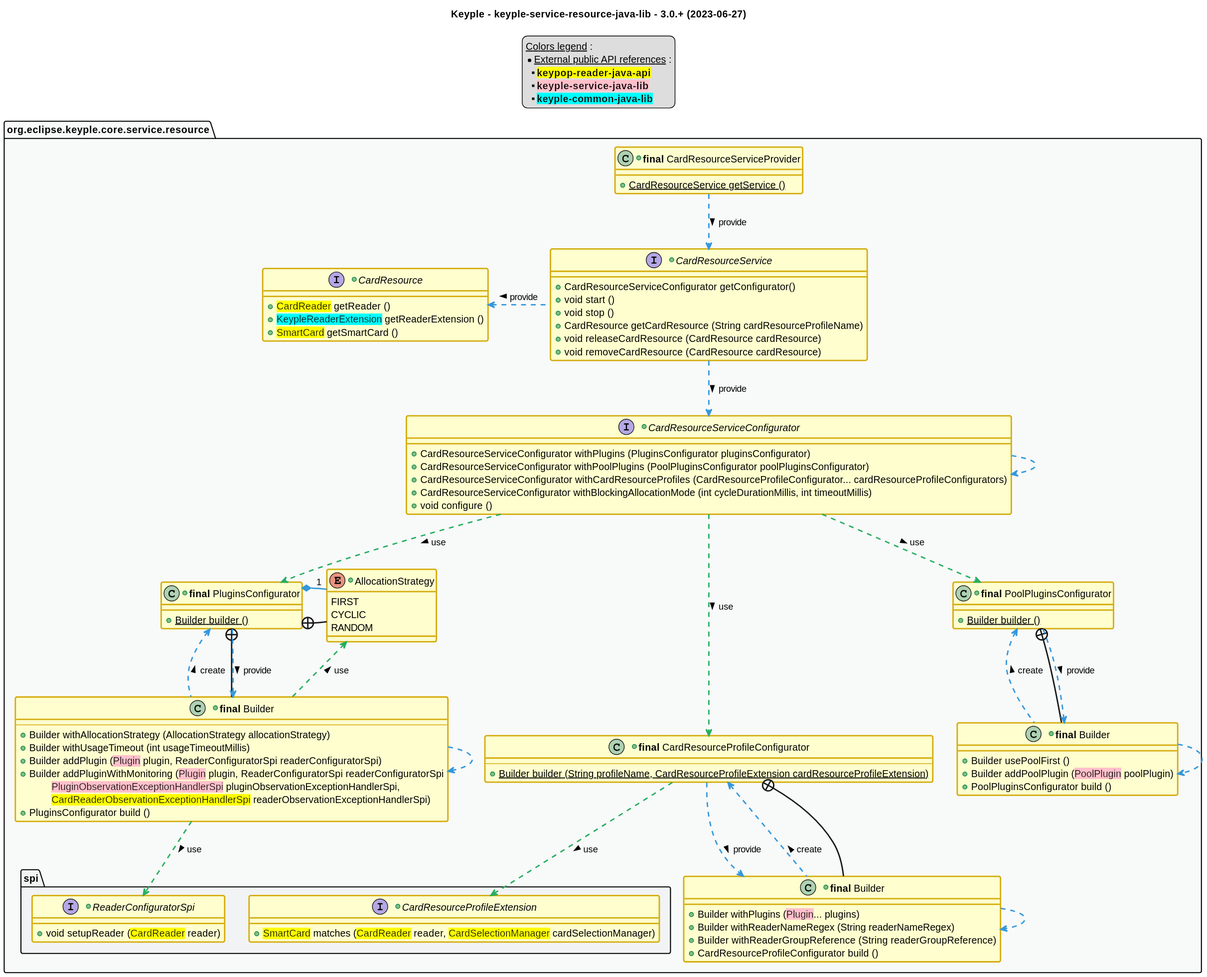
Above: src/main/uml/api_class_diagram.svg in eclipse-keyple/keyple-service-resource-java-lib (PlantUML), before the change.
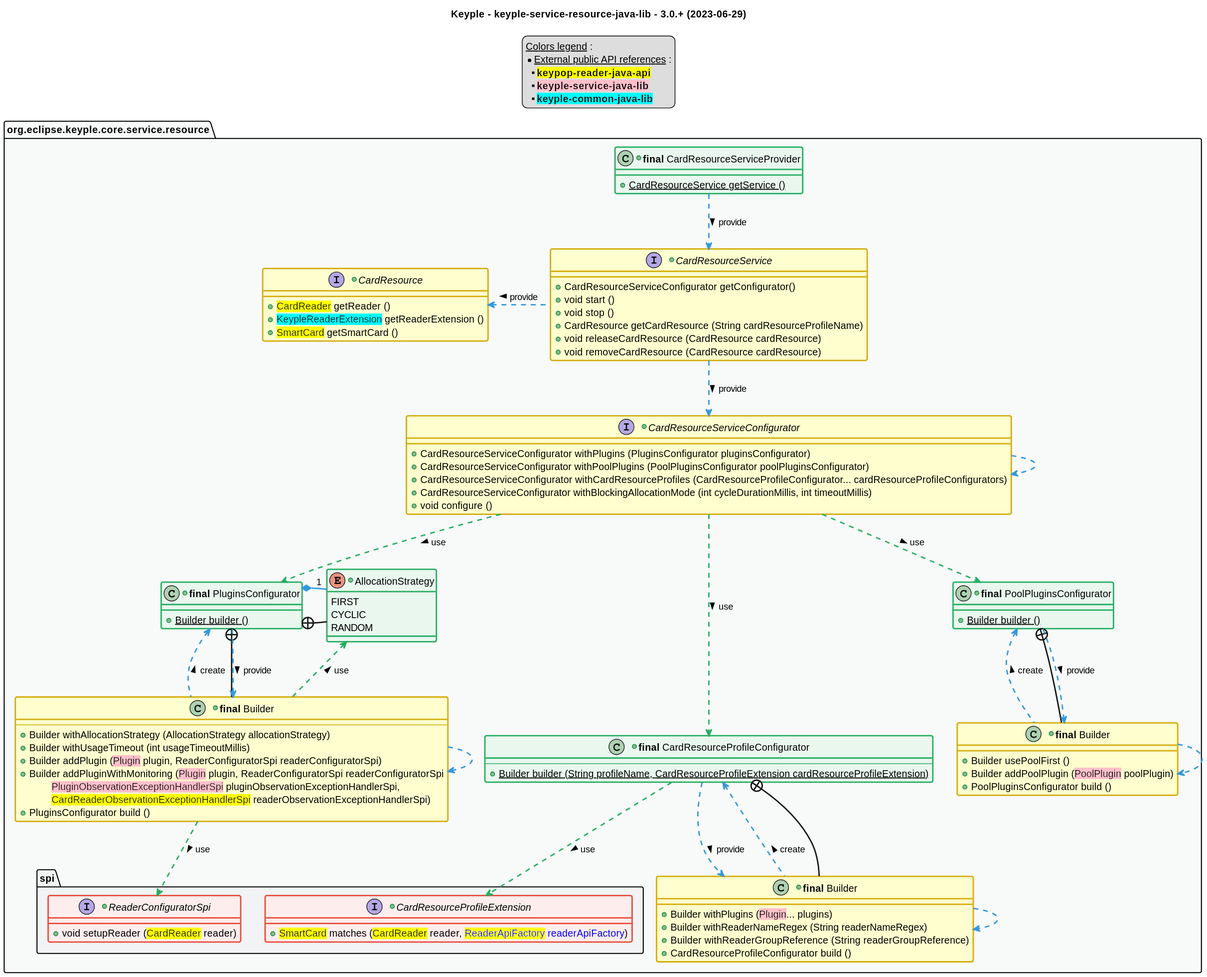
The same file after the commit.

Change to the diagram source:
```diff
@@ -1,6 +1,6 @@
 @startuml
 title
-    Keyple - keyple-service-resource-java-lib - 3.0.+ (2023-06-27)
+    Keyple - keyple-service-resource-java-lib - 3.0.+ (2023-06-29)
 end title
 
 
@@ -50,7 +50,7 @@
 
 package "org.eclipse.keyple.core.service.resource" as resource {
 
-    +class "**final** CardResourceServiceProvider" as CardResourceServiceProvider {
+    +class "**final** CardResourceServiceProvider" as CardResourceServiceProvider <<green>> {
         +{static} CardResourceService getService ()
     }
 
@@ -71,7 +71,7 @@
         +void configure ()
     }
 
-    +class "**final** PluginsConfigurator" as PluginsConfigurator {
+    +class "**final** PluginsConfigurator" as PluginsConfigurator <<green>> {
         +{static} Builder builder ()
     }
     +class "**final** Builder" as PluginsConfiguratorBuilder {
@@ -84,13 +84,13 @@
             \t<back:yellow>CardReaderObservationExceptionHandlerSpi</back> readerObservationExceptionHandlerSpi)
         +PluginsConfigurator build ()
     }
-    +enum AllocationStrategy {
+    +enum AllocationStrategy <<green>> {
         FIRST
         CYCLIC
         RANDOM
     }
 
-    +class "**final** PoolPluginsConfigurator" as PoolPluginsConfigurator {
+    +class "**final** PoolPluginsConfigurator" as PoolPluginsConfigurator <<green>> {
         +{static} Builder builder ()
     }
     +class "**final** Builder" as PoolPluginsConfiguratorBuilder {
@@ -99,7 +99,7 @@
         +PoolPluginsConfigurator build ()
     }
 
-    +class "**final** CardResourceProfileConfigurator" as CardResourceProfileConfigurator {
+    +class "**final** CardResourceProfileConfigurator" as CardResourceProfileConfigurator <<green>> {
         --
         +{static} Builder builder (String profileName, CardResourceProfileExtension cardResourceProfileExtension)
     }
@@ -117,11 +117,11 @@
     }
 
     package "spi" as resourceSpi {
-        +interface ReaderConfiguratorSpi {
+        +interface ReaderConfiguratorSpi <<red>> {
             +void setupReader (<back:yellow>CardReader</back> reader)
         }
-        +interface CardResourceProfileExtension {
-            +<back:yellow>SmartCard</back> matches (<back:yellow>CardReader</back> reader, <back:yellow>CardSelectionManager</back> cardSelectionManager)
+        +interface CardResourceProfileExtension <<red>> {
+            +<back:yellow>SmartCard</back> matches (<back:yellow>CardReader</back> reader, <color:blue><back:yellow>ReaderApiFactory</back> readerApiFactory</color>)
         }
     }
 }
```
